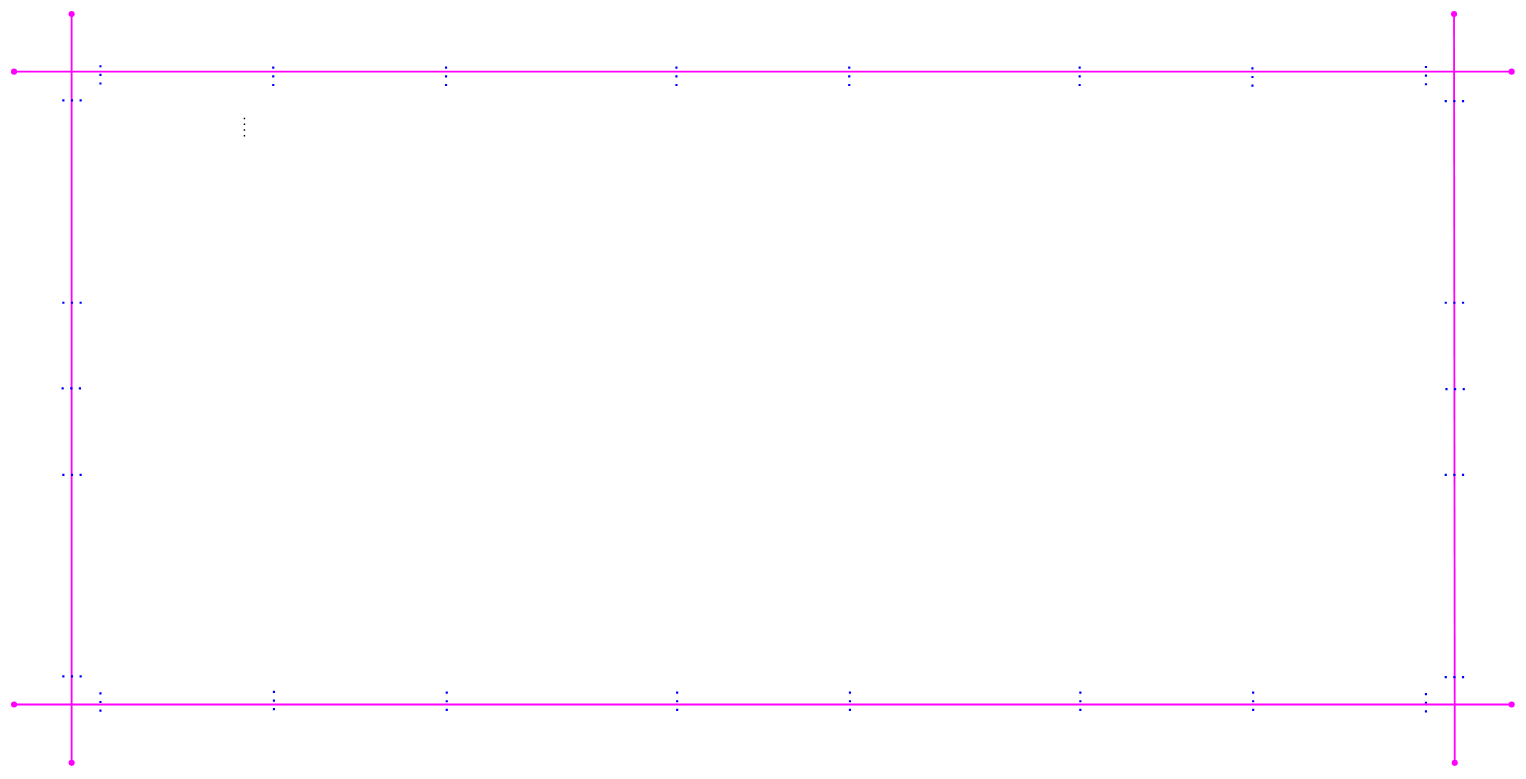
Earlier version of the draw.io diagram Upstation_Building_Project_Floor_Design.drawio (vadramson/Drawings). Source tidied: cells renumbered, new cells numbered last; positions are measured from the earlier drawing's top-left corner, leaving out a move shared by most shapes. Both pictures are drawn from the tidied source at 72%, with x=0, y=0 at pixel (14, 14).
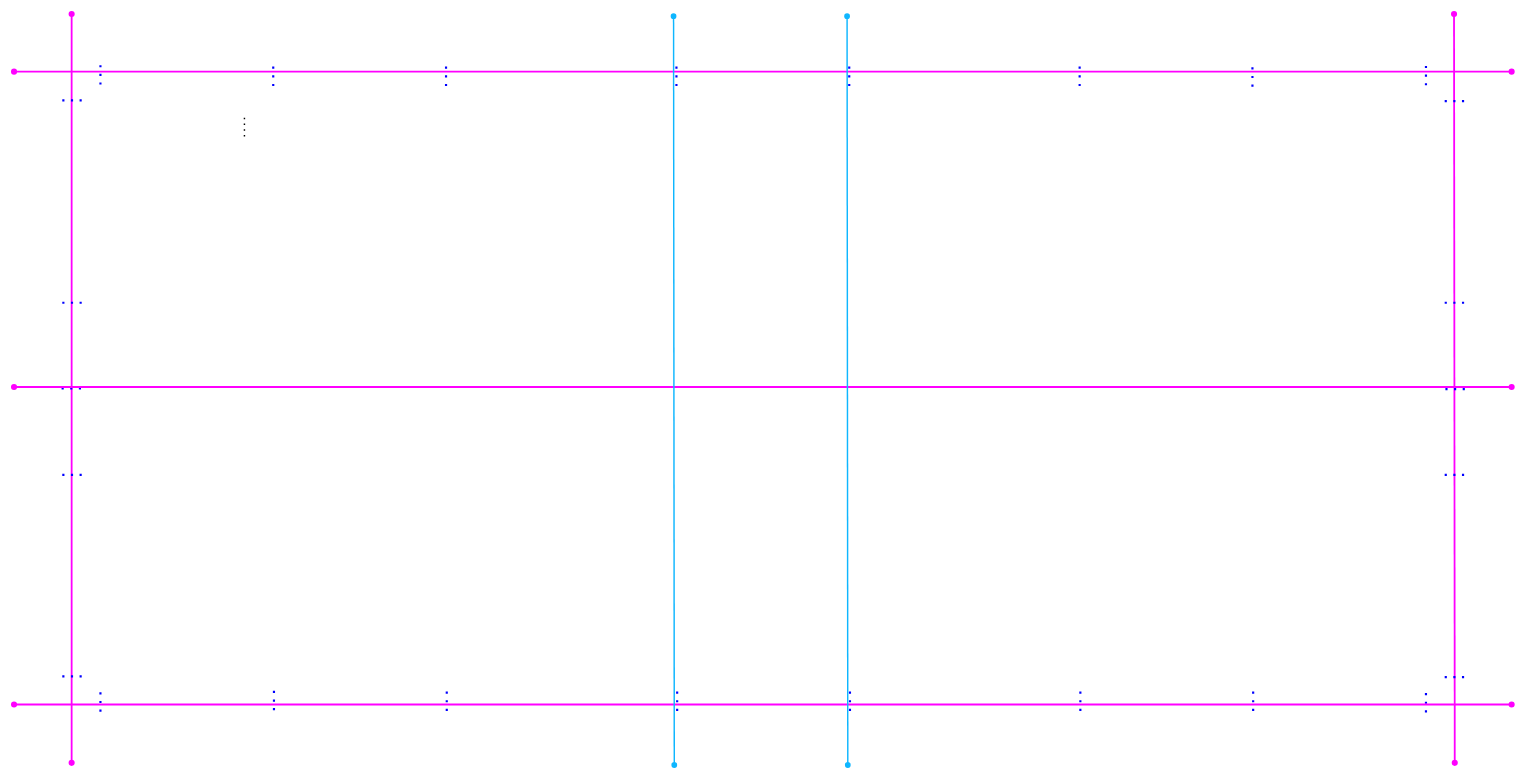
Above is the later version.

Commit message:
Added Secondary division lines on outlins

Change to the diagram source:
```diff
@@
+    <mxCell id="35" style="endArrow=oval;html=1;rounded=0;strokeWidth=2.5;startArrow=oval;startFill=1;endFill=1;strokeColor=#FF00FF;" parent="2" edge="1">
+      <mxGeometry relative="1" as="geometry">
+        <mxPoint y="518" as="sourcePoint" />
+        <mxPoint x="2080" y="518" as="targetPoint" />
+      </mxGeometry>
+    </mxCell>
+    <mxCell id="36" parent="0" />
+    <mxCell id="37" style="endArrow=oval;html=1;rounded=0;strokeWidth=2;startArrow=oval;startFill=1;endFill=1;strokeColor=#0EB6FF;" parent="36" edge="1">
+      <mxGeometry relative="1" as="geometry">
+        <mxPoint x="917" y="1043" as="sourcePoint" />
+        <mxPoint x="916" y="3" as="targetPoint" />
+      </mxGeometry>
+    </mxCell>
+    <mxCell id="38" style="endArrow=oval;html=1;rounded=0;strokeWidth=2;startArrow=oval;startFill=1;endFill=1;strokeColor=#0EB6FF;" parent="36" edge="1">
+      <mxGeometry relative="1" as="geometry">
+        <mxPoint x="1158" y="1043" as="sourcePoint" />
+        <mxPoint x="1157" y="3" as="targetPoint" />
+      </mxGeometry>
+    </mxCell>
```
